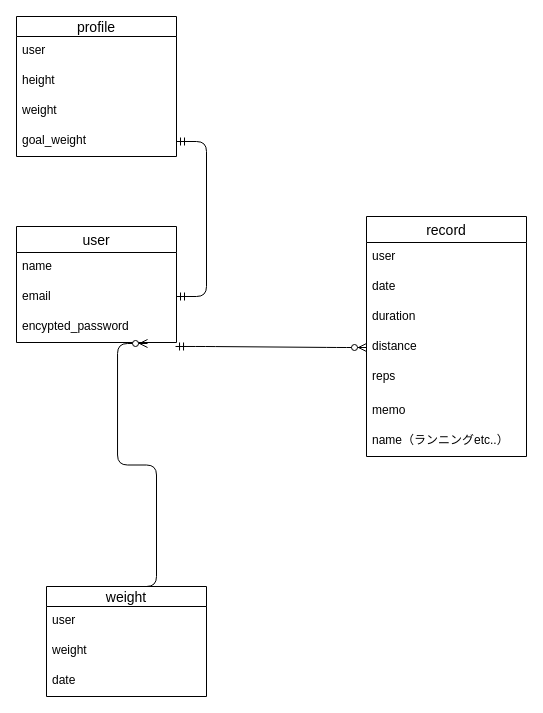
yuuuuuuuka/my_step keeps this draw.io diagram as test.dio. Above is the earlier version. Source tidied: cells renumbered, new cells numbered last; positions are measured from the earlier drawing's top-left corner, leaving out a move shared by most shapes. Both pictures are drawn from the tidied source at 100%, with x=0, y=0 at pixel (16, 16).
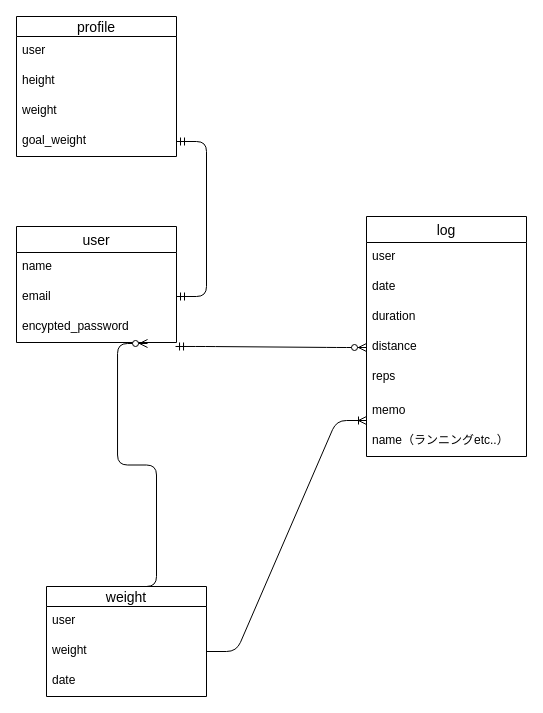
The same page after the edit.

The change refers to these unchanged cells:
```xml
<mxCell id="19" value="memo" style="text;strokeColor=none;fillColor=none;spacingLeft=4;spacingRight=4;overflow=hidden;points=[[0,0.5],[1,0.5]];portConstraint=eastwest;fontSize=12;" parent="13" vertex="1">
  <mxGeometry y="180" width="160" height="30" as="geometry" />
</mxCell>
<mxCell id="23" value="weight" style="text;strokeColor=none;fillColor=none;spacingLeft=4;spacingRight=4;overflow=hidden;points=[[0,0.5],[1,0.5]];portConstraint=eastwest;fontSize=12;" parent="21" vertex="1">
  <mxGeometry y="50" width="160" height="30" as="geometry" />
</mxCell>
```

The edit, as a diff of the source:
```diff
@@
-    <mxCell id="13" value="record" style="swimlane;fontStyle=0;horizontal=1;startSize=26;align=center;fontSize=14;" parent="1" vertex="1">
+    <mxCell id="13" value="log" style="swimlane;fontStyle=0;horizontal=1;startSize=26;align=center;fontSize=14;" parent="1" vertex="1">
       <mxGeometry x="350" y="200" width="160" height="240" as="geometry" />
     </mxCell>
@@
+    <mxCell id="26" style="edgeStyle=entityRelationEdgeStyle;fontSize=12;html=1;endArrow=ERoneToMany;exitX=1;exitY=0.5;exitDx=0;exitDy=0;entryX=0;entryY=0.8;entryDx=0;entryDy=0;entryPerimeter=0;" parent="1" edge="1" source="23" target="19">
+      <mxGeometry relative="1" as="geometry" />
+    </mxCell>
```
